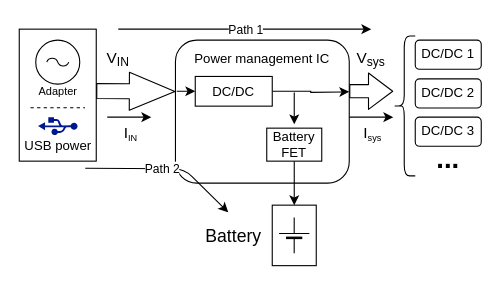
Earlier version of the draw.io diagram diagram/Untitled Diagram1.3.drawio (huhu6608/3Paths_UPS). Source tidied: cells renumbered, new cells numbered last; positions are measured from the earlier drawing's top-left corner, leaving out a move shared by most shapes. Both pictures are drawn from the tidied source at 110%, with x=0, y=0 at pixel (19, 29).
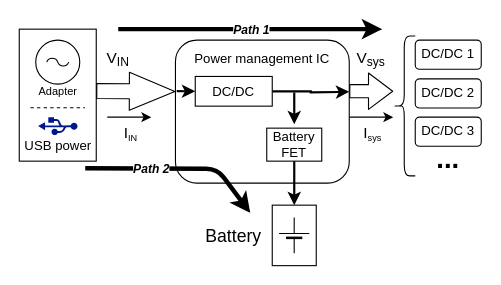
Above is the later version.

The change refers to these unchanged cells:
```xml
<mxCell id="6" value="&lt;p style=&quot;line-height: 120%; font-size: 12px;&quot;&gt;Power management IC&lt;/p&gt;" style="rounded=1;whiteSpace=wrap;html=1;verticalAlign=bottom;fontSize=12;labelPosition=center;verticalLabelPosition=top;align=center;spacingTop=0;spacing=-36;" parent="1" vertex="1">
  <mxGeometry x="142" y="10" width="158" height="130" as="geometry" />
</mxCell>
<mxCell id="8" value="DC/DC" style="rounded=0;whiteSpace=wrap;html=1;" parent="1" vertex="1">
  <mxGeometry x="160" y="43" width="70" height="27" as="geometry" />
</mxCell>
<mxCell id="12" value="&lt;font style=&quot;font-size: 12px;&quot;&gt;Battery FET&lt;/font&gt;" style="rounded=0;whiteSpace=wrap;html=1;fontSize=12;" parent="1" vertex="1">
  <mxGeometry x="225" y="90" width="50" height="30" as="geometry" />
</mxCell>
```

Change to the diagram source:
```diff
@@
-    <mxCell id="7" style="edgeStyle=orthogonalEdgeStyle;rounded=0;jettySize=auto;html=1;fontSize=12;" parent="1" edge="1" source="8">
+    <mxCell id="7" style="edgeStyle=orthogonalEdgeStyle;rounded=0;jettySize=auto;html=1;fontSize=12;strokeWidth=2;" parent="1" edge="1" source="8">
       <mxGeometry relative="1" as="geometry">
         <mxPoint x="300" y="57" as="targetPoint" />
       </mxGeometry>
     </mxCell>
@@
-    <mxCell id="11" style="edgeStyle=orthogonalEdgeStyle;rounded=0;jettySize=auto;html=1;fontSize=10;" parent="1" edge="1" source="12">
+    <mxCell id="11" style="edgeStyle=orthogonalEdgeStyle;rounded=0;jettySize=auto;html=1;fontSize=10;strokeWidth=2;" parent="1" edge="1" source="12">
       <mxGeometry relative="1" as="geometry">
         <mxPoint x="250" y="160" as="targetPoint" />
         <Array as="points">
           <mxPoint x="250" y="150" />
           <mxPoint x="250" y="150" />
         </Array>
       </mxGeometry>
     </mxCell>
@@
-    <mxCell id="25" style="edgeStyle=orthogonalEdgeStyle;rounded=0;orthogonalLoop=1;jettySize=auto;html=1;fontSize=10;spacingRight=0;horizontal=1;" parent="1" edge="1">
+    <mxCell id="25" style="edgeStyle=orthogonalEdgeStyle;rounded=0;orthogonalLoop=1;jettySize=auto;html=1;fontSize=10;spacingRight=0;horizontal=1;strokeWidth=2;" parent="1" edge="1">
       <mxGeometry relative="1" as="geometry">
         <mxPoint x="250" y="57.7" as="sourcePoint" />
         <mxPoint x="250" y="86.5" as="targetPoint" />
         <Array as="points">
           <mxPoint x="250" y="80" />
           <mxPoint x="250" y="80" />
         </Array>
       </mxGeometry>
     </mxCell>
-    <mxCell id="26" style="endArrow=classic;html=1;fontSize=10;exitX=0.007;exitY=0.357;exitDx=0;exitDy=0;exitPerimeter=0;" parent="1" edge="1" source="6">
+    <mxCell id="26" style="endArrow=classic;html=1;fontSize=10;exitX=0.007;exitY=0.357;exitDx=0;exitDy=0;exitPerimeter=0;strokeWidth=2;" parent="1" edge="1" source="6">
       <mxGeometry relative="1" as="geometry">
         <mxPoint x="160" y="56.5" as="targetPoint" />
       </mxGeometry>
     </mxCell>
@@
-    <mxCell id="29" style="endArrow=classic;html=1;fontSize=9;" parent="1" edge="1">
+    <mxCell id="29" style="endArrow=classic;html=1;fontSize=9;strokeWidth=4;" parent="1" edge="1">
       <mxGeometry relative="1" as="geometry">
         <mxPoint x="90" as="sourcePoint" />
-        <mxPoint x="320" as="targetPoint" />
+        <mxPoint x="330" as="targetPoint" />
       </mxGeometry>
     </mxCell>
-    <mxCell id="30" value="Path 1" style="edgeLabel;html=1;align=center;verticalAlign=middle;" parent="29" vertex="1">
+    <mxCell id="30" value="Path 1" style="edgeLabel;html=1;align=center;verticalAlign=middle;fontStyle=3;" parent="29" vertex="1">
       <mxGeometry relative="1" as="geometry" />
     </mxCell>
-    <mxCell id="31" style="endArrow=classic;html=1;fontSize=9;" parent="1" edge="1">
+    <mxCell id="31" style="endArrow=classic;html=1;fontSize=9;strokeWidth=4;" parent="1" edge="1">
       <mxGeometry relative="1" as="geometry">
         <mxPoint x="60" y="126.5" as="sourcePoint" />
-        <mxPoint x="190" y="166.5" as="targetPoint" />
+        <mxPoint x="210" y="167" as="targetPoint" />
         <Array as="points">
-          <mxPoint x="150" y="127" />
+          <mxPoint x="180" y="127" />
         </Array>
       </mxGeometry>
     </mxCell>
-    <mxCell id="32" value="Path 2" style="edgeLabel;html=1;align=center;verticalAlign=middle;" parent="31" vertex="1">
+    <mxCell id="32" value="Path 2" style="edgeLabel;html=1;align=center;verticalAlign=middle;fontStyle=3;" parent="31" vertex="1">
       <mxGeometry relative="1" as="geometry">
-        <mxPoint x="-3.2" y="-0.4" as="offset" />
+        <mxPoint x="-25" y="-0.3" as="offset" />
       </mxGeometry>
     </mxCell>
```
